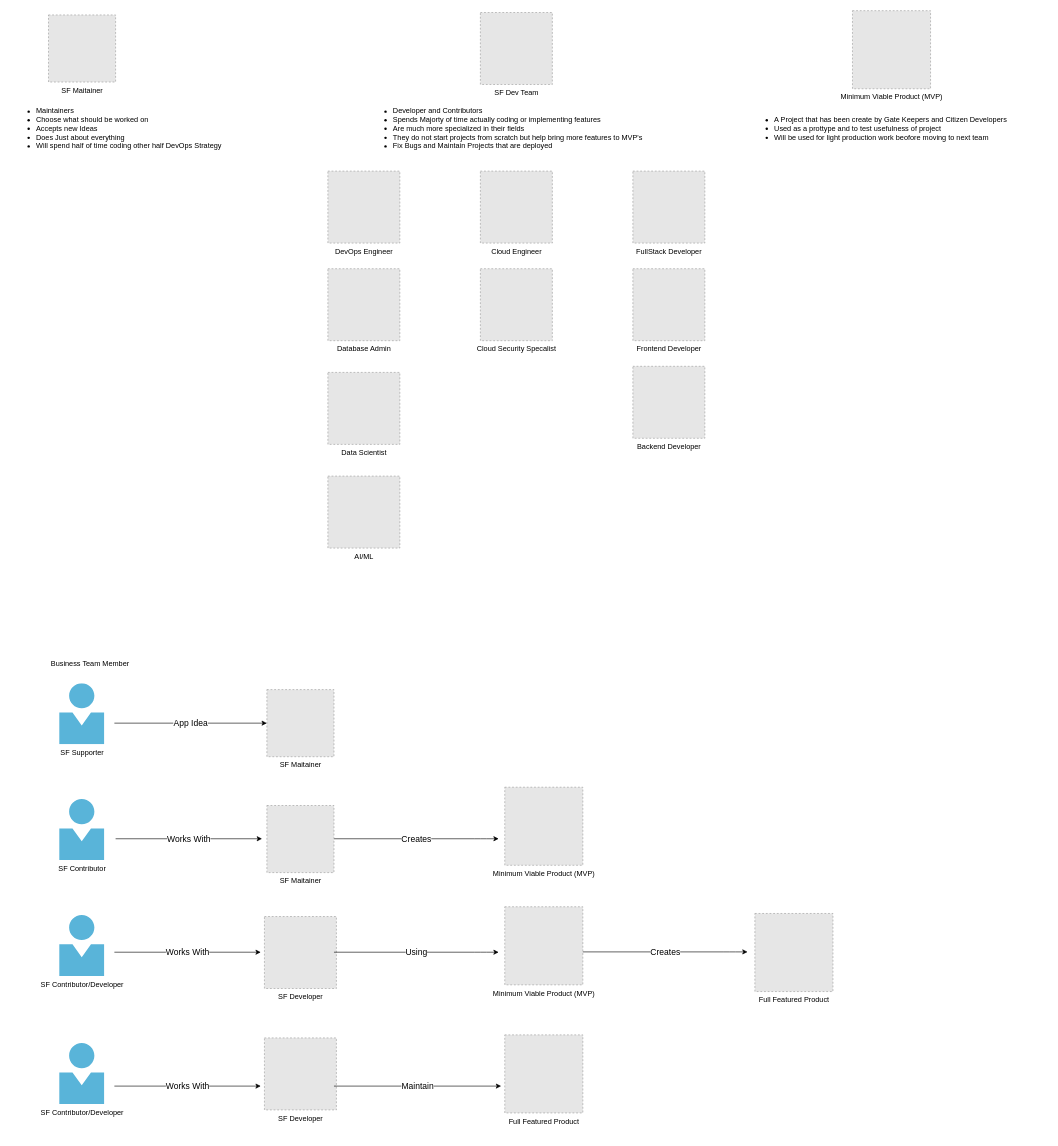
ITM007/ITM007 keeps this draw.io diagram as page "SF Workflow" (1 of 3) of RRDiagrams.drawio. Above is the earlier version. Source tidied: cells renumbered, new cells numbered last; positions are measured from the earlier drawing's top-left corner, leaving out a move shared by most shapes. Both pictures are drawn from the tidied source at 61%, with x=0, y=0 at pixel (10, 10). Pictures stored in the file or linked from it are replaced by grey dashed boxes.
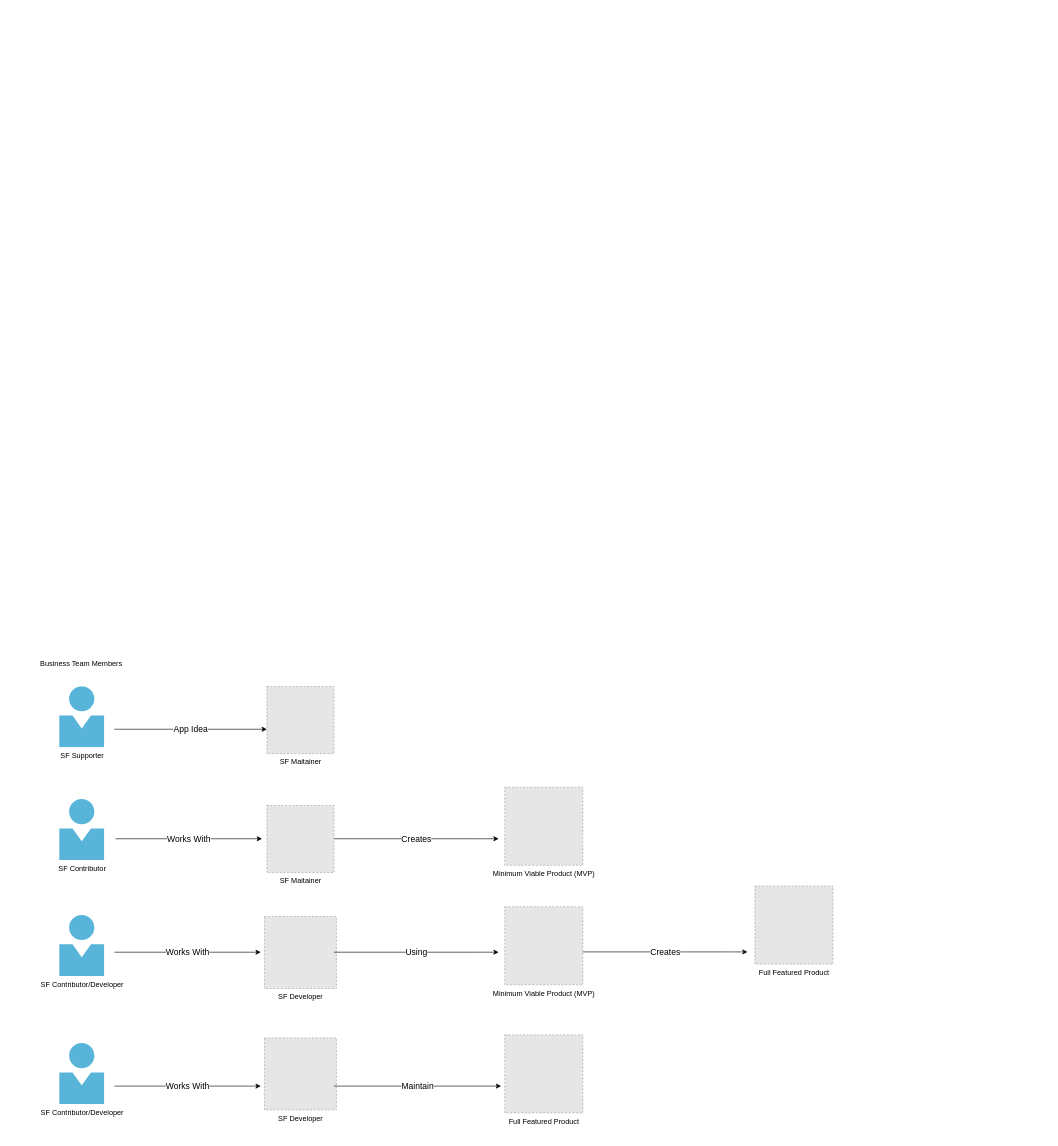
The same page after the edit.

Change to the diagram source:
```diff
@@
     <mxCell id="2" value="SF Maitainer" style="fillColor=#E6E6E6;strokeColor=#999999;dashed=1;html=1;verticalAlign=top;verticalLabelPosition=bottom;labelBackgroundColor=#ffffff;" parent="1" vertex="1">
-      <mxGeometry x="420" y="1113" width="110" height="110" as="geometry" />
+      <mxGeometry x="420" y="1108" width="110" height="110" as="geometry" />
     </mxCell>
@@
     <mxCell id="4" value="&lt;div&gt;SF Supporter&lt;br&gt;&lt;/div&gt;&lt;div&gt;&lt;br&gt;&lt;/div&gt;" style="html=1;align=center;image;fontSize=12;image=img/lib/mscae/Person.svg;" parent="1" vertex="1">
-      <mxGeometry x="80" y="1103" width="74" height="100" as="geometry" />
+      <mxGeometry x="80" y="1108" width="74" height="100" as="geometry" />
     </mxCell>
-    <mxCell id="5" value="&lt;font style=&quot;font-size: 14px&quot;&gt;App Idea&lt;/font&gt;" style="endArrow=classic;html=1;" parent="1" edge="1" target="2">
+    <mxCell id="5" value="&lt;font style=&quot;font-size: 14px&quot;&gt;App Idea&lt;/font&gt;" style="endArrow=classic;html=1;" parent="1" edge="1">
       <mxGeometry relative="1" as="geometry">
-        <mxPoint x="170" y="1168" as="sourcePoint" />
+        <mxPoint x="170" y="1178" as="sourcePoint" />
+        <mxPoint x="420" y="1178" as="targetPoint" />
       </mxGeometry>
     </mxCell>
@@
-    <mxCell id="9" value="&lt;div&gt;SF Contributor/Developer&lt;/div&gt;&lt;div&gt;&lt;br&gt;&lt;/div&gt;" style="html=1;align=center;image;fontSize=12;image=img/lib/mscae/Person.svg;" parent="1" vertex="1">
+    <mxCell id="9" value="&lt;div&gt;SF Contributor/Developer&lt;/div&gt;" style="html=1;align=center;image;fontSize=12;image=img/lib/mscae/Person.svg;" parent="1" vertex="1">
       <mxGeometry x="80" y="1483" width="74" height="100" as="geometry" />
     </mxCell>
@@
     <mxCell id="13" value="Full Featured Product" style="fillColor=#E6E6E6;strokeColor=#999999;dashed=1;html=1;verticalAlign=top;verticalLabelPosition=bottom;labelBackgroundColor=#ffffff;" parent="1" vertex="1">
-      <mxGeometry x="1220" y="1480" width="128" height="128" as="geometry" />
+      <mxGeometry x="1220" y="1435" width="128" height="128" as="geometry" />
     </mxCell>
@@
-    <mxCell id="17" value="&lt;div&gt;SF Contributor/Developer&lt;/div&gt;&lt;div&gt;&lt;br&gt;&lt;br&gt;&lt;/div&gt;" style="html=1;align=center;image;fontSize=12;image=img/lib/mscae/Person.svg;" parent="1" vertex="1">
+    <mxCell id="17" value="&lt;div&gt;SF Contributor/Developer&lt;/div&gt;" style="html=1;align=center;image;fontSize=12;image=img/lib/mscae/Person.svg;" parent="1" vertex="1">
       <mxGeometry x="80" y="1693" width="74" height="100" as="geometry" />
     </mxCell>
@@
-    <mxCell id="22" value="SF Maitainer" style="fillColor=#E6E6E6;strokeColor=#999999;dashed=1;html=1;verticalAlign=top;verticalLabelPosition=bottom;labelBackgroundColor=#ffffff;" parent="1" vertex="1">
-      <mxGeometry x="62" y="7" width="110" height="110" as="geometry" />
-    </mxCell>
-    <mxCell id="23" value="SF Dev Team" style="fillColor=#E6E6E6;strokeColor=#999999;dashed=1;html=1;verticalAlign=top;verticalLabelPosition=bottom;labelBackgroundColor=#ffffff;" parent="1" vertex="1">
-      <mxGeometry x="770" y="3" width="118" height="118" as="geometry" />
-    </mxCell>
-    <mxCell id="24" value="Minimum Viable Product (MVP)" style="fillColor=#E6E6E6;strokeColor=#999999;dashed=1;html=1;verticalAlign=top;verticalLabelPosition=bottom;labelBackgroundColor=#ffffff;" parent="1" vertex="1">
-      <mxGeometry x="1380" width="128" height="128" as="geometry" />
-    </mxCell>
-    <mxCell id="25" value="FullStack Developer " style="fillColor=#E6E6E6;strokeColor=#999999;dashed=1;html=1;verticalAlign=top;verticalLabelPosition=bottom;labelBackgroundColor=#ffffff;" parent="1" vertex="1">
-      <mxGeometry x="1020" y="263" width="118" height="118" as="geometry" />
-    </mxCell>
-    <mxCell id="26" value="Cloud Engineer" style="fillColor=#E6E6E6;strokeColor=#999999;dashed=1;html=1;verticalAlign=top;verticalLabelPosition=bottom;labelBackgroundColor=#ffffff;" parent="1" vertex="1">
-      <mxGeometry x="770" y="263" width="118" height="118" as="geometry" />
-    </mxCell>
-    <mxCell id="27" value="DevOps Engineer" style="fillColor=#E6E6E6;strokeColor=#999999;dashed=1;html=1;verticalAlign=top;verticalLabelPosition=bottom;labelBackgroundColor=#ffffff;" parent="1" vertex="1">
-      <mxGeometry x="520" y="263" width="118" height="118" as="geometry" />
-    </mxCell>
-    <mxCell id="28" value="&lt;div align=&quot;left&quot;&gt;&lt;ul&gt;&lt;li&gt;&lt;font style=&quot;font-size: 12px&quot;&gt;Maintainers&lt;/font&gt;&lt;/li&gt;&lt;li&gt;&lt;font style=&quot;font-size: 12px&quot;&gt;Choose what should be worked on&lt;/font&gt;&lt;/li&gt;&lt;li&gt;&lt;font style=&quot;font-size: 12px&quot;&gt;Accepts new Ideas&lt;/font&gt;&lt;/li&gt;&lt;li&gt;&lt;font style=&quot;font-size: 12px&quot;&gt;Does Just about everything&lt;/font&gt;&lt;/li&gt;&lt;li&gt;&lt;font style=&quot;font-size: 12px&quot;&gt;Will spend half of time coding other half DevOps Strategy&lt;/font&gt;&lt;/li&gt;&lt;/ul&gt;&lt;/div&gt;" style="text;html=1;align=left;verticalAlign=middle;strokeColor=none;" parent="1" vertex="1">
-      <mxGeometry y="143" width="410" height="100" as="geometry" />
-    </mxCell>
-    <mxCell id="29" value="&lt;div align=&quot;left&quot;&gt;&lt;ul&gt;&lt;li&gt;Developer and Contributors&lt;/li&gt;&lt;li&gt;Spends Majorty of time actually coding or implementing features&lt;/li&gt;&lt;li&gt;Are much more specialized in their fields&lt;/li&gt;&lt;li&gt;They do not start projects from scratch but help bring more features to MVP's&lt;/li&gt;&lt;li&gt;Fix Bugs and Maintain Projects that are deployed&lt;br&gt;&lt;/li&gt;&lt;/ul&gt;&lt;/div&gt;" style="text;html=1;align=left;verticalAlign=middle;strokeColor=none;" parent="1" vertex="1">
-      <mxGeometry x="585" y="143" width="530" height="100" as="geometry" />
-    </mxCell>
-    <mxCell id="30" value="&lt;ul&gt;&lt;li&gt;A Project that has been create by Gate Keepers and Citizen Developers&lt;/li&gt;&lt;li&gt;Used as a prottype and to test usefulness of project&lt;/li&gt;&lt;li&gt;Will be used for light production work beofore moving to next team&lt;br&gt;&lt;/li&gt;&lt;/ul&gt;" style="text;html=1;align=left;verticalAlign=middle;strokeColor=none;" parent="1" vertex="1">
-      <mxGeometry x="1210" y="158" width="490" height="70" as="geometry" />
-    </mxCell>
-    <mxCell id="31" value="Cloud Security Specalist" style="fillColor=#E6E6E6;strokeColor=#999999;dashed=1;html=1;verticalAlign=top;verticalLabelPosition=bottom;labelBackgroundColor=#ffffff;" parent="1" vertex="1">
-      <mxGeometry x="770" y="423" width="118" height="118" as="geometry" />
-    </mxCell>
-    <mxCell id="32" value="Frontend Developer " style="fillColor=#E6E6E6;strokeColor=#999999;dashed=1;html=1;verticalAlign=top;verticalLabelPosition=bottom;labelBackgroundColor=#ffffff;" parent="1" vertex="1">
-      <mxGeometry x="1020" y="423" width="118" height="118" as="geometry" />
-    </mxCell>
-    <mxCell id="33" value="Backend Developer " style="fillColor=#E6E6E6;strokeColor=#999999;dashed=1;html=1;verticalAlign=top;verticalLabelPosition=bottom;labelBackgroundColor=#ffffff;" parent="1" vertex="1">
-      <mxGeometry x="1020" y="583" width="118" height="118" as="geometry" />
-    </mxCell>
-    <mxCell id="34" value="Database Admin" style="fillColor=#E6E6E6;strokeColor=#999999;dashed=1;html=1;verticalAlign=top;verticalLabelPosition=bottom;labelBackgroundColor=#ffffff;" parent="1" vertex="1">
-      <mxGeometry x="520" y="423" width="118" height="118" as="geometry" />
-    </mxCell>
-    <mxCell id="35" value="&lt;div&gt;&lt;br&gt;&lt;/div&gt;&lt;div&gt;Business Team Member&lt;/div&gt;" style="text;html=1;align=center;verticalAlign=middle;strokeColor=none;" parent="1" vertex="1">
-      <mxGeometry x="50" y="1048" width="160" height="30" as="geometry" />
-    </mxCell>
-    <mxCell id="36" value="AI/ML" style="fillColor=#E6E6E6;strokeColor=#999999;dashed=1;html=1;verticalAlign=top;verticalLabelPosition=bottom;labelBackgroundColor=#ffffff;" parent="1" vertex="1">
-      <mxGeometry x="520" y="763" width="118" height="118" as="geometry" />
-    </mxCell>
-    <mxCell id="37" value="Data Scientist" style="fillColor=#E6E6E6;strokeColor=#999999;dashed=1;html=1;verticalAlign=top;verticalLabelPosition=bottom;labelBackgroundColor=#ffffff;" parent="1" vertex="1">
-      <mxGeometry x="520" y="593" width="118" height="118" as="geometry" />
-    </mxCell>
+    <mxCell id="38" value="&lt;div&gt;&lt;br&gt;&lt;/div&gt;&lt;div&gt;Business Team Members&lt;/div&gt;" style="text;html=1;strokeColor=none;fillColor=none;align=center;verticalAlign=middle;whiteSpace=wrap;rounded=0;" parent="1" vertex="1">
+      <mxGeometry x="2" y="1048" width="228" height="30" as="geometry" />
+    </mxCell>
```
